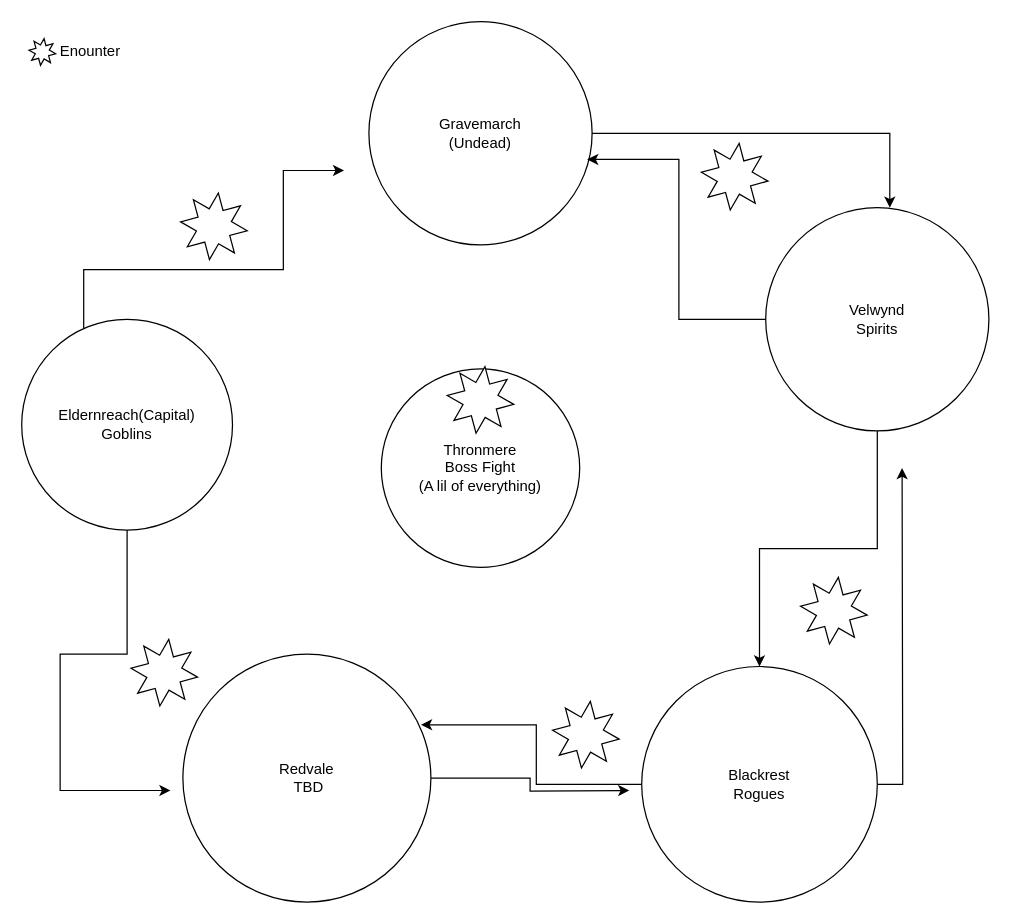
Earlier version of the draw.io diagram Untitled Diagram.drawio (CodingDad1/PythonSandbox). Source tidied: cells renumbered, new cells numbered last; positions are measured from the earlier drawing's top-left corner, leaving out a move shared by most shapes. Both pictures are drawn from the tidied source at 124%, with x=0, y=0 at pixel (21, 21).
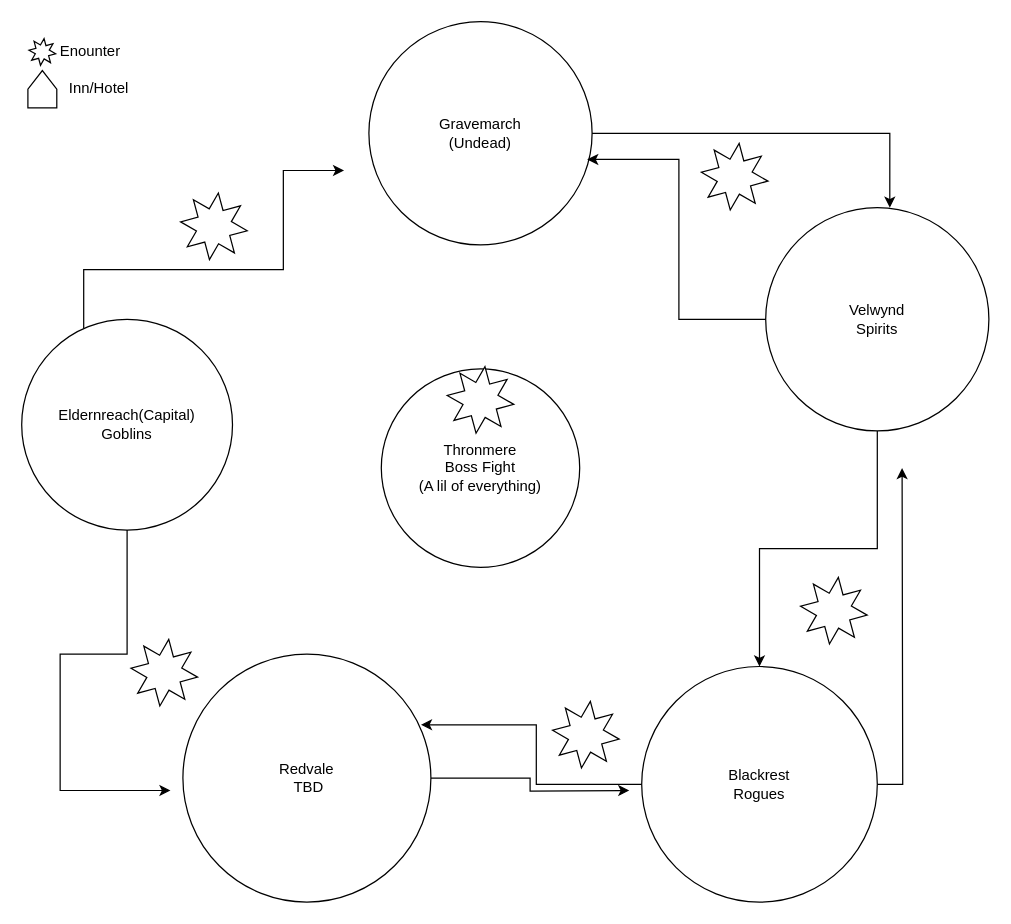
The same page after the edit.

Change to the diagram source:
```diff
@@
+    <mxCell id="24" style="shape=offPageConnector;whiteSpace=wrap;html=1;rotation=-180;size=0.5;" parent="1" vertex="1">
+      <mxGeometry x="5" y="39.4" width="23.3" height="30" as="geometry" />
+    </mxCell>
+    <mxCell id="25" value="Inn/Hotel" style="text;html=1;align=center;verticalAlign=middle;strokeColor=none;fillColor=none;" parent="1" vertex="1">
+      <mxGeometry x="26.6" y="39.4" width="70" height="30" as="geometry" />
+    </mxCell>
```
